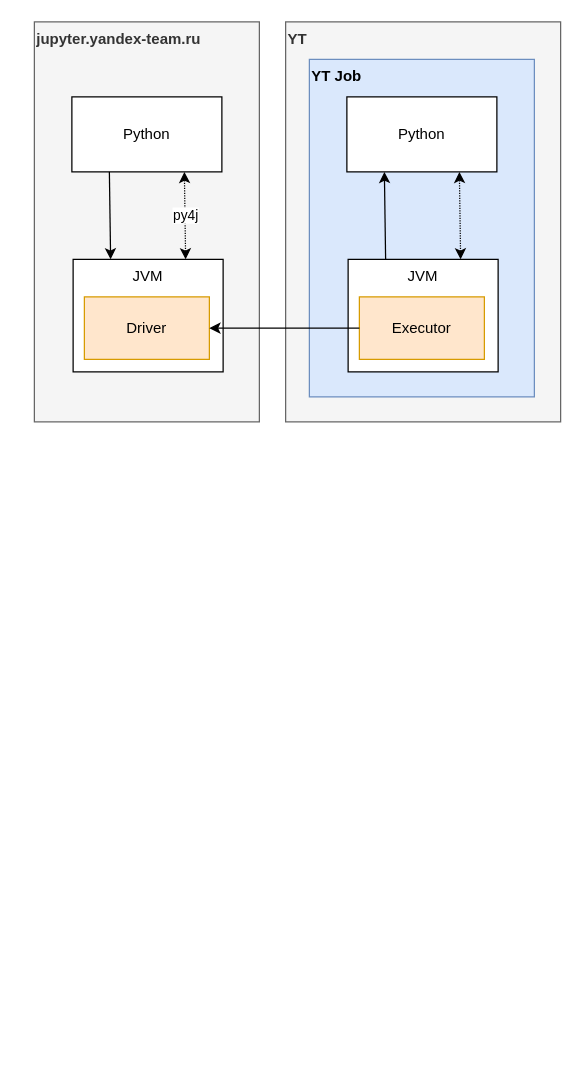
Before: taxi/dmp/spark/spark-over-yt/101.drawio in ytsaurus/ytsaurus, a draw.io diagram. Source tidied: cells renumbered, new cells numbered last; positions are measured from the earlier drawing's top-left corner, leaving out a move shared by most shapes. Both pictures are drawn from the tidied source at 125%, with x=0, y=0 at pixel (34, 21).
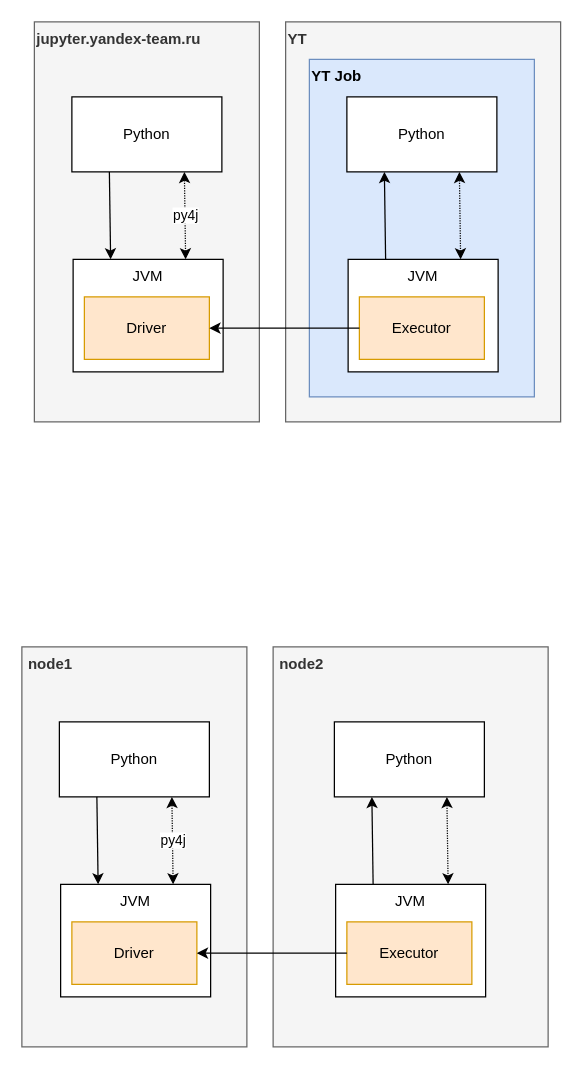
The same diagram, later.

Change to the diagram source:
```diff
@@
+    <mxCell id="16" value="&amp;nbsp;node2" style="rounded=0;whiteSpace=wrap;html=1;align=left;fillColor=#f5f5f5;strokeColor=#666666;fontColor=#333333;verticalAlign=top;fontStyle=1;" parent="1" vertex="1">
+      <mxGeometry x="191" y="500" width="220" height="320" as="geometry" />
+    </mxCell>
+    <mxCell id="17" value="Python" style="rounded=0;whiteSpace=wrap;html=1;" parent="1" vertex="1">
+      <mxGeometry x="240" y="560" width="120" height="60" as="geometry" />
+    </mxCell>
+    <mxCell id="18" value="&lt;div&gt;JVM&lt;/div&gt;" style="rounded=0;whiteSpace=wrap;html=1;align=center;verticalAlign=top;" parent="1" vertex="1">
+      <mxGeometry x="241" y="690" width="120" height="90" as="geometry" />
+    </mxCell>
+    <mxCell id="19" style="endArrow=classic;startArrow=classic;html=1;exitX=0.75;exitY=0;exitDx=0;exitDy=0;entryX=0.75;entryY=1;entryDx=0;entryDy=0;strokeColor=#000000;dashed=1;dashPattern=1 1;" parent="1" edge="1" source="18" target="17">
+      <mxGeometry relative="1" as="geometry" />
+    </mxCell>
+    <mxCell id="20" value="Executor" style="rounded=0;whiteSpace=wrap;html=1;align=center;fillColor=#ffe6cc;strokeColor=#d79b00;" parent="1" vertex="1">
+      <mxGeometry x="250" y="720" width="100" height="50" as="geometry" />
+    </mxCell>
+    <mxCell id="21" style="endArrow=classic;html=1;strokeColor=#000000;exitX=0.25;exitY=0;exitDx=0;exitDy=0;entryX=0.25;entryY=1;entryDx=0;entryDy=0;" parent="1" edge="1" source="18" target="17">
+      <mxGeometry relative="1" as="geometry" />
+    </mxCell>
+    <mxCell id="22" value="&amp;nbsp;node1" style="rounded=0;whiteSpace=wrap;html=1;align=left;fillColor=#f5f5f5;strokeColor=#666666;fontColor=#333333;verticalAlign=top;fontStyle=1;" parent="1" vertex="1">
+      <mxGeometry x="-10" y="500" width="180" height="320" as="geometry" />
+    </mxCell>
+    <mxCell id="23" value="Python" style="rounded=0;whiteSpace=wrap;html=1;" parent="1" vertex="1">
+      <mxGeometry x="20" y="560" width="120" height="60" as="geometry" />
+    </mxCell>
+    <mxCell id="24" value="&lt;div&gt;JVM&lt;/div&gt;" style="rounded=0;whiteSpace=wrap;html=1;align=center;verticalAlign=top;" parent="1" vertex="1">
+      <mxGeometry x="21" y="690" width="120" height="90" as="geometry" />
+    </mxCell>
+    <mxCell id="25" style="endArrow=classic;html=1;exitX=0.25;exitY=1;exitDx=0;exitDy=0;entryX=0.25;entryY=0;entryDx=0;entryDy=0;" parent="1" edge="1" source="23" target="24">
+      <mxGeometry relative="1" as="geometry" />
+    </mxCell>
+    <mxCell id="26" value="py4j" style="endArrow=classic;startArrow=classic;html=1;exitX=0.75;exitY=0;exitDx=0;exitDy=0;entryX=0.75;entryY=1;entryDx=0;entryDy=0;strokeColor=#000000;dashed=1;dashPattern=1 1;" parent="1" edge="1" source="24" target="23">
+      <mxGeometry relative="1" as="geometry" />
+    </mxCell>
+    <mxCell id="27" value="Driver" style="rounded=0;whiteSpace=wrap;html=1;align=center;fillColor=#ffe6cc;strokeColor=#d79b00;" parent="1" vertex="1">
+      <mxGeometry x="30" y="720" width="100" height="50" as="geometry" />
+    </mxCell>
+    <mxCell id="28" style="endArrow=classic;html=1;strokeColor=#000000;exitX=0;exitY=0.5;exitDx=0;exitDy=0;entryX=1;entryY=0.5;entryDx=0;entryDy=0;" parent="1" edge="1" source="20" target="27">
+      <mxGeometry relative="1" as="geometry" />
+    </mxCell>
```
